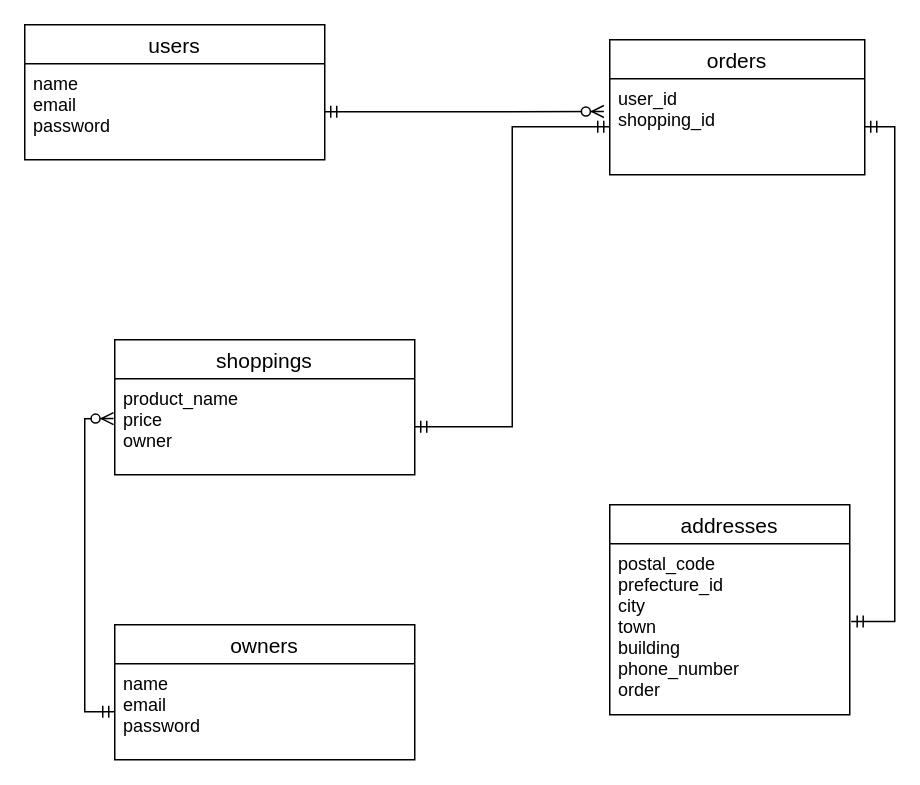
The draw.io diagram test.dio in kodairafumikazu/tomori_app, before the edit. Source tidied: cells renumbered, new cells numbered last; positions are measured from the earlier drawing's top-left corner, leaving out a move shared by most shapes. Both pictures are drawn from the tidied source at 150%, with x=0, y=0 at pixel (24, 24).
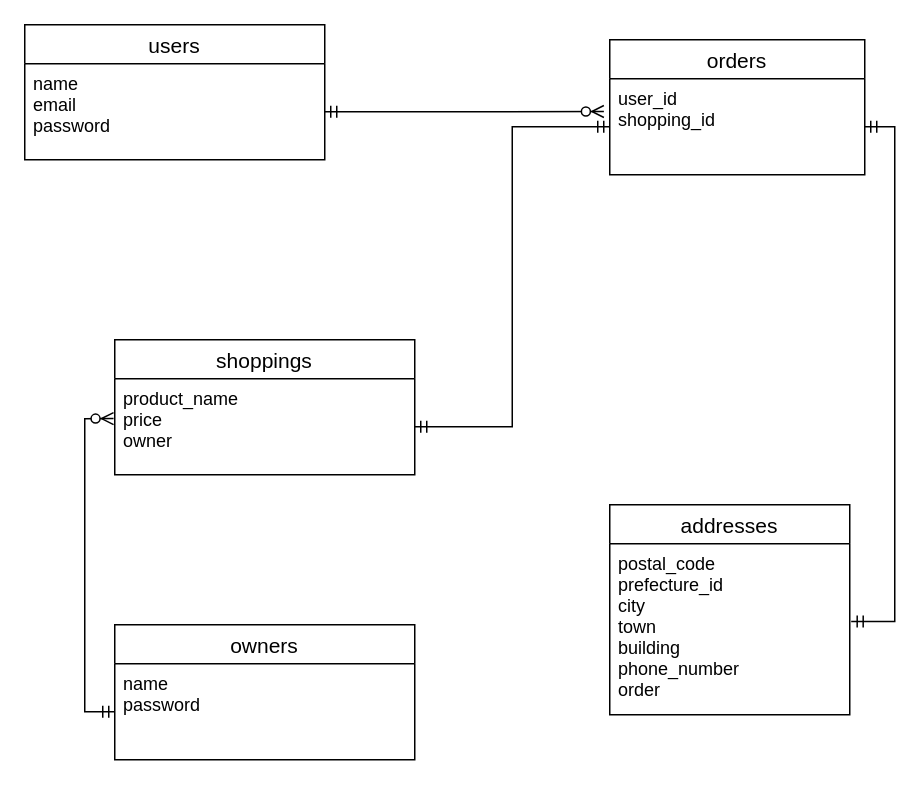
After the change.

Commit message:
モデルとテーブルの修正

What changed in the source:
```diff
@@
 <mxGraphModel>
   <root>
     <mxCell id="0" />
     <mxCell id="1" parent="0" />
     <mxCell id="2" value="users" style="swimlane;fontStyle=0;horizontal=1;startSize=26;align=center;fontSize=14;" parent="1" vertex="1">
       <mxGeometry width="200" height="90" as="geometry" />
     </mxCell>
     <mxCell id="3" value="name&#10;email&#10;password&#10;" style="text;strokeColor=none;fillColor=none;spacingLeft=4;spacingRight=4;overflow=hidden;points=[[0,0.5],[1,0.5]];portConstraint=eastwest;fontSize=12;" parent="2" vertex="1">
       <mxGeometry y="26" width="200" height="64" as="geometry" />
     </mxCell>
     <mxCell id="4" value="orders" style="swimlane;fontStyle=0;horizontal=1;startSize=26;align=center;fontSize=14;" parent="1" vertex="1">
       <mxGeometry x="390" y="10" width="170" height="90" as="geometry" />
     </mxCell>
     <mxCell id="5" value="user_id&#10;shopping_id&#10;" style="text;strokeColor=none;fillColor=none;spacingLeft=4;spacingRight=4;overflow=hidden;points=[[0,0.5],[1,0.5]];portConstraint=eastwest;fontSize=12;" parent="4" vertex="1">
       <mxGeometry y="26" width="170" height="64" as="geometry" />
     </mxCell>
     <mxCell id="6" value="addresses" style="swimlane;fontStyle=0;horizontal=1;startSize=26;align=center;fontSize=14;" parent="1" vertex="1">
       <mxGeometry x="390" y="320" width="160" height="140" as="geometry" />
     </mxCell>
     <mxCell id="7" value="postal_code&#10;prefecture_id&#10;city&#10;town&#10;building&#10;phone_number&#10;order" style="text;strokeColor=none;fillColor=none;spacingLeft=4;spacingRight=4;overflow=hidden;points=[[0,0.5],[1,0.5]];portConstraint=eastwest;fontSize=12;" parent="6" vertex="1">
       <mxGeometry y="26" width="160" height="114" as="geometry" />
     </mxCell>
     <mxCell id="8" style="edgeStyle=orthogonalEdgeStyle;rounded=0;jettySize=auto;html=1;exitX=1;exitY=0.5;exitDx=0;exitDy=0;entryX=1.006;entryY=0.454;entryDx=0;entryDy=0;entryPerimeter=0;startArrow=ERmandOne;startFill=0;endArrow=ERmandOne;endFill=0;" parent="1" edge="1" source="5" target="7">
       <mxGeometry relative="1" as="geometry" />
     </mxCell>
     <mxCell id="9" style="edgeStyle=orthogonalEdgeStyle;rounded=0;jettySize=auto;html=1;exitX=1;exitY=0.5;exitDx=0;exitDy=0;entryX=-0.023;entryY=0.341;entryDx=0;entryDy=0;entryPerimeter=0;startArrow=ERmandOne;startFill=0;endArrow=ERzeroToMany;endFill=1;" parent="1" edge="1" source="3" target="5">
       <mxGeometry relative="1" as="geometry" />
     </mxCell>
     <mxCell id="10" value="shoppings" style="swimlane;fontStyle=0;horizontal=1;startSize=26;align=center;fontSize=14;" parent="1" vertex="1">
       <mxGeometry x="60" y="210" width="200" height="90" as="geometry" />
     </mxCell>
     <mxCell id="11" value="product_name&#10;price&#10;owner" style="text;strokeColor=none;fillColor=none;spacingLeft=4;spacingRight=4;overflow=hidden;points=[[0,0.5],[1,0.5]];portConstraint=eastwest;fontSize=12;" parent="10" vertex="1">
       <mxGeometry y="26" width="200" height="64" as="geometry" />
     </mxCell>
     <mxCell id="12" style="edgeStyle=orthogonalEdgeStyle;rounded=0;jettySize=auto;html=1;exitX=1;exitY=0.5;exitDx=0;exitDy=0;startArrow=ERmandOne;startFill=0;endArrow=ERmandOne;endFill=0;entryX=0;entryY=0.5;entryDx=0;entryDy=0;" parent="1" edge="1" source="11" target="5">
       <mxGeometry relative="1" as="geometry" />
     </mxCell>
     <mxCell id="13" value="owners" style="swimlane;fontStyle=0;horizontal=1;startSize=26;align=center;fontSize=14;" parent="1" vertex="1">
       <mxGeometry x="60" y="400" width="200" height="90" as="geometry" />
     </mxCell>
-    <mxCell id="14" value="name&#10;email&#10;password" style="text;strokeColor=none;fillColor=none;spacingLeft=4;spacingRight=4;overflow=hidden;points=[[0,0.5],[1,0.5]];portConstraint=eastwest;fontSize=12;" parent="13" vertex="1">
+    <mxCell id="14" value="name&#10;password" style="text;strokeColor=none;fillColor=none;spacingLeft=4;spacingRight=4;overflow=hidden;points=[[0,0.5],[1,0.5]];portConstraint=eastwest;fontSize=12;" parent="13" vertex="1">
       <mxGeometry y="26" width="200" height="64" as="geometry" />
     </mxCell>
     <mxCell id="15" style="edgeStyle=orthogonalEdgeStyle;rounded=0;jettySize=auto;html=1;exitX=0;exitY=0.5;exitDx=0;exitDy=0;entryX=-0.004;entryY=0.415;entryDx=0;entryDy=0;entryPerimeter=0;startArrow=ERmandOne;startFill=0;endArrow=ERzeroToMany;endFill=1;" parent="1" edge="1" source="14" target="11">
       <mxGeometry relative="1" as="geometry" />
     </mxCell>
   </root>
 </mxGraphModel>
```
